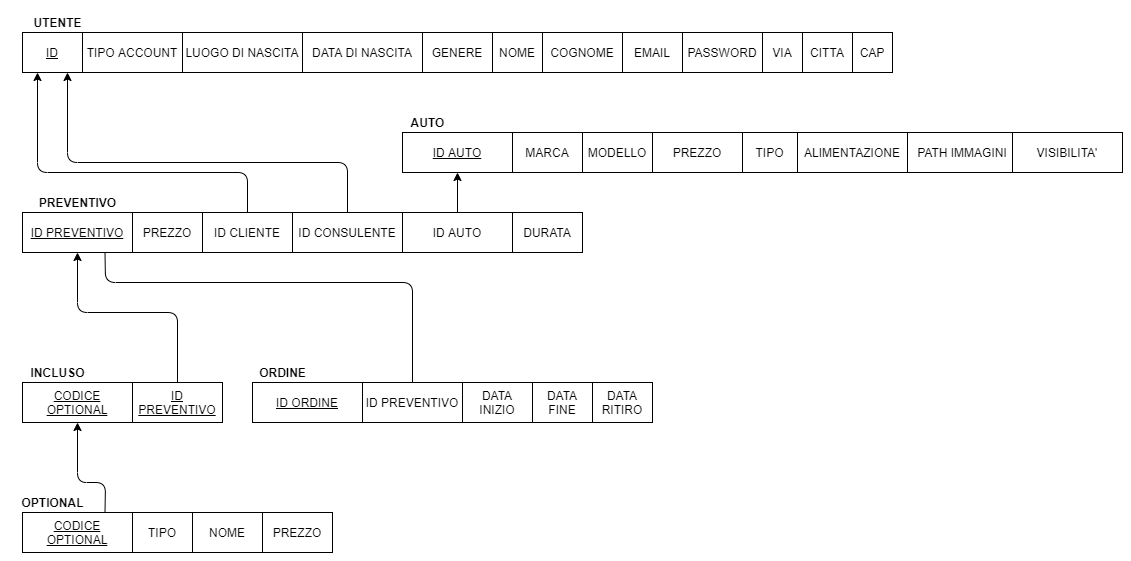
Earlier version of the draw.io export Documents/System Design Document/Review SDD/Gestione Dati Persistenti/Mapping.png (dariodidario/EasyLease). Source tidied: cells renumbered, new cells last; positions are measured from the earlier drawing's top-left corner, leaving out a move shared by most shapes.
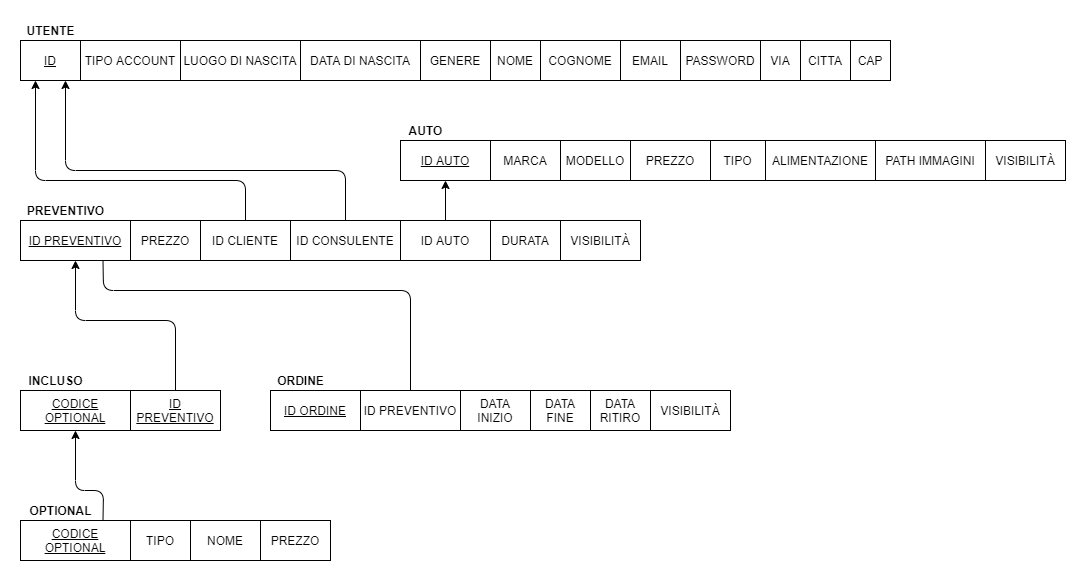
After the change.

Commit message:
Correzione degli errori del mapping

The edit, as a diff of the source:
```diff
@@ -9,7 +9,7 @@
       <mxGeometry x="70" y="20" width="100" height="40" as="geometry" />
     </mxCell>
     <mxCell id="4" value="&lt;b&gt;UTENTE&lt;/b&gt;" style="text;html=1;align=center;verticalAlign=middle;" parent="1" vertex="1">
-      <mxGeometry x="15" width="60" height="20" as="geometry" />
+      <mxGeometry x="10" width="60" height="20" as="geometry" />
     </mxCell>
     <mxCell id="5" value="LUOGO DI NASCITA" style="rounded=0;whiteSpace=wrap;html=1;" parent="1" vertex="1">
       <mxGeometry x="170" y="20" width="120" height="40" as="geometry" />
@@ -48,7 +48,7 @@
       <mxGeometry x="120" y="200" width="70" height="40" as="geometry" />
     </mxCell>
     <mxCell id="17" value="&lt;b&gt;PREVENTIVO&lt;/b&gt;" style="text;html=1;align=center;verticalAlign=middle;" parent="1" vertex="1">
-      <mxGeometry x="20" y="180" width="90" height="20" as="geometry" />
+      <mxGeometry x="10" y="180" width="90" height="20" as="geometry" />
     </mxCell>
     <mxCell id="18" value="ID CLIENTE" style="rounded=0;whiteSpace=wrap;html=1;" parent="1" vertex="1">
       <mxGeometry x="190" y="200" width="90" height="40" as="geometry" />
@@ -57,7 +57,7 @@
       <mxGeometry x="280" y="200" width="110" height="40" as="geometry" />
     </mxCell>
     <mxCell id="20" value="ID AUTO" style="rounded=0;whiteSpace=wrap;html=1;" parent="1" vertex="1">
-      <mxGeometry x="390" y="200" width="110" height="40" as="geometry" />
+      <mxGeometry x="390" y="200" width="90" height="40" as="geometry" />
     </mxCell>
     <mxCell id="21" style="endArrow=classic;html=1;fillColor=#000000;exitX=0.5;exitY=0;exitDx=0;exitDy=0;entryX=0.25;entryY=1;entryDx=0;entryDy=0;endFill=1;" parent="1" edge="1" source="18" target="2">
       <mxGeometry relative="1" as="geometry">
@@ -76,28 +76,28 @@
       </mxGeometry>
     </mxCell>
     <mxCell id="23" value="&lt;u&gt;ID AUTO&lt;/u&gt;" style="rounded=0;whiteSpace=wrap;html=1;" parent="1" vertex="1">
-      <mxGeometry x="390" y="120" width="110" height="40" as="geometry" />
+      <mxGeometry x="390" y="120" width="90" height="40" as="geometry" />
     </mxCell>
     <mxCell id="24" value="MODELLO" style="rounded=0;whiteSpace=wrap;html=1;" parent="1" vertex="1">
-      <mxGeometry x="570" y="120" width="70" height="40" as="geometry" />
+      <mxGeometry x="550" y="120" width="70" height="40" as="geometry" />
     </mxCell>
     <mxCell id="25" value="&lt;b&gt;AUTO&lt;/b&gt;" style="text;html=1;align=center;verticalAlign=middle;" parent="1" vertex="1">
       <mxGeometry x="390" y="100" width="50" height="20" as="geometry" />
     </mxCell>
     <mxCell id="26" value="PREZZO" style="rounded=0;whiteSpace=wrap;html=1;" parent="1" vertex="1">
-      <mxGeometry x="640" y="120" width="90" height="40" as="geometry" />
+      <mxGeometry x="620" y="120" width="80" height="40" as="geometry" />
     </mxCell>
     <mxCell id="27" value="TIPO" style="rounded=0;whiteSpace=wrap;html=1;" parent="1" vertex="1">
-      <mxGeometry x="730" y="120" width="55" height="40" as="geometry" />
+      <mxGeometry x="700" y="120" width="55" height="40" as="geometry" />
     </mxCell>
     <mxCell id="28" value="MARCA" style="rounded=0;whiteSpace=wrap;html=1;" parent="1" vertex="1">
-      <mxGeometry x="500" y="120" width="70" height="40" as="geometry" />
+      <mxGeometry x="480" y="120" width="70" height="40" as="geometry" />
     </mxCell>
     <mxCell id="29" value="ALIMENTAZIONE&lt;span style=&quot;color: rgba(0 , 0 , 0 , 0) ; font-family: monospace ; font-size: 0px&quot;&gt;%3CmxGraphModel%3E%3Croot%3E%3CmxCell%20id%3D%220%22%2F%3E%3CmxCell%20id%3D%221%22%20parent%3D%220%22%2F%3E%3CmxCell%20id%3D%222%22%20value%3D%22ANNO%20DI%20IMMATRICOLAZIONE%22%20style%3D%22rounded%3D0%3BwhiteSpace%3Dwrap%3Bhtml%3D1%3B%22%20vertex%3D%221%22%20parent%3D%221%22%3E%3CmxGeometry%20x%3D%221045%22%20y%3D%22140%22%20width%3D%22110%22%20height%3D%2240%22%20as%3D%22geometry%22%2F%3E%3C%2FmxCell%3E%3C%2Froot%3E%3C%2FmxGraphModel%3E&lt;/span&gt;" style="rounded=0;whiteSpace=wrap;html=1;" parent="1" vertex="1">
-      <mxGeometry x="785" y="120" width="110" height="40" as="geometry" />
+      <mxGeometry x="755" y="120" width="110" height="40" as="geometry" />
     </mxCell>
     <mxCell id="30" value="PATH IMMAGINI" style="rounded=0;whiteSpace=wrap;html=1;" parent="1" vertex="1">
-      <mxGeometry x="895" y="120" width="110" height="40" as="geometry" />
+      <mxGeometry x="865" y="120" width="110" height="40" as="geometry" />
     </mxCell>
     <mxCell id="31" value="&lt;u&gt;CODICE OPTIONAL&lt;/u&gt;" style="rounded=0;whiteSpace=wrap;html=1;" parent="1" vertex="1">
       <mxGeometry x="10" y="500" width="110" height="40" as="geometry" />
@@ -112,7 +112,7 @@
       <mxGeometry x="250" y="500" width="70" height="40" as="geometry" />
     </mxCell>
     <mxCell id="35" value="&lt;b&gt;OPTIONAL&lt;/b&gt;" style="text;html=1;align=center;verticalAlign=middle;" parent="1" vertex="1">
-      <mxGeometry y="480" width="80" height="20" as="geometry" />
+      <mxGeometry x="10" y="480" width="80" height="20" as="geometry" />
     </mxCell>
     <mxCell id="36" value="&lt;u&gt;CODICE OPTIONAL&lt;/u&gt;" style="rounded=0;whiteSpace=wrap;html=1;" parent="1" vertex="1">
       <mxGeometry x="10" y="370" width="110" height="40" as="geometry" />
@@ -140,7 +140,7 @@
       </mxGeometry>
     </mxCell>
     <mxCell id="41" value="&lt;u&gt;ID ORDINE&lt;/u&gt;" style="rounded=0;whiteSpace=wrap;html=1;" parent="1" vertex="1">
-      <mxGeometry x="240" y="370" width="110" height="40" as="geometry" />
+      <mxGeometry x="260" y="370" width="90" height="40" as="geometry" />
     </mxCell>
     <mxCell id="42" value="ID PREVENTIVO" style="rounded=0;whiteSpace=wrap;html=1;fontStyle=0;" parent="1" vertex="1">
       <mxGeometry x="350" y="370" width="100" height="40" as="geometry" />
@@ -152,7 +152,7 @@
       <mxGeometry x="520" y="370" width="60" height="40" as="geometry" />
     </mxCell>
     <mxCell id="45" value="&lt;b&gt;ORDINE&lt;/b&gt;" style="text;html=1;align=center;verticalAlign=middle;" parent="1" vertex="1">
-      <mxGeometry x="240" y="350" width="60" height="20" as="geometry" />
+      <mxGeometry x="260" y="350" width="60" height="20" as="geometry" />
     </mxCell>
     <mxCell id="46" style="endArrow=none;html=1;fillColor=#000000;exitX=0.5;exitY=0;exitDx=0;exitDy=0;entryX=0.75;entryY=1;entryDx=0;entryDy=0;" parent="1" edge="1" source="42" target="15">
       <mxGeometry relative="1" as="geometry">
@@ -168,11 +168,17 @@
     <mxCell id="48" value="DATA&lt;br&gt;RITIRO" style="rounded=0;whiteSpace=wrap;html=1;" parent="1" vertex="1">
       <mxGeometry x="580" y="370" width="60" height="40" as="geometry" />
     </mxCell>
-    <mxCell id="49" value="VISIBILITA'" style="rounded=0;whiteSpace=wrap;html=1;" parent="1" vertex="1">
-      <mxGeometry x="1000" y="120" width="110" height="40" as="geometry" />
-    </mxCell>
     <mxCell id="50" value="DURATA" style="rounded=0;whiteSpace=wrap;html=1;" parent="1" vertex="1">
-      <mxGeometry x="500" y="200" width="70" height="40" as="geometry" />
+      <mxGeometry x="480" y="200" width="70" height="40" as="geometry" />
     </mxCell>
+    <mxCell id="51" value="VISIBILITÀ" style="rounded=0;whiteSpace=wrap;html=1;" parent="1" vertex="1">
+      <mxGeometry x="550" y="200" width="80" height="40" as="geometry" />
+    </mxCell>
+    <mxCell id="52" value="VISIBILITÀ" style="rounded=0;whiteSpace=wrap;html=1;" parent="1" vertex="1">
+      <mxGeometry x="975" y="120" width="80" height="40" as="geometry" />
+    </mxCell>
+    <mxCell id="53" value="VISIBILITÀ" style="rounded=0;whiteSpace=wrap;html=1;" parent="1" vertex="1">
+      <mxGeometry x="640" y="370" width="80" height="40" as="geometry" />
+    </mxCell>
   </root>
 </mxGraphModel>
```
